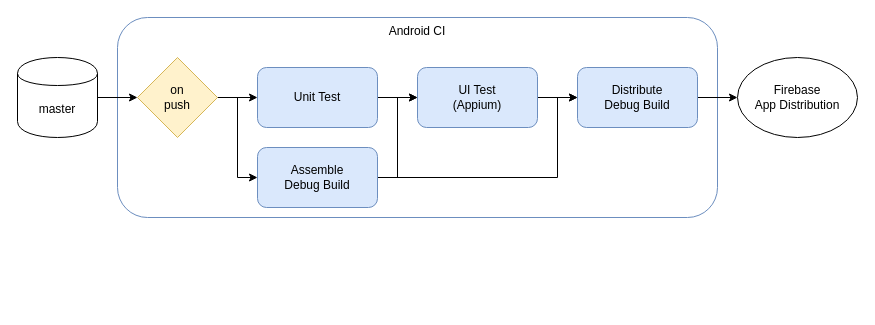
Earlier version of the draw.io diagram docs/pipeline.drawio (umatoma/multiwebmediaviewer). Source tidied: cells renumbered, new cells numbered last; positions are measured from the earlier drawing's top-left corner, leaving out a move shared by most shapes. Both pictures are drawn from the tidied source at 100%, with x=0, y=0 at pixel (17, 17).
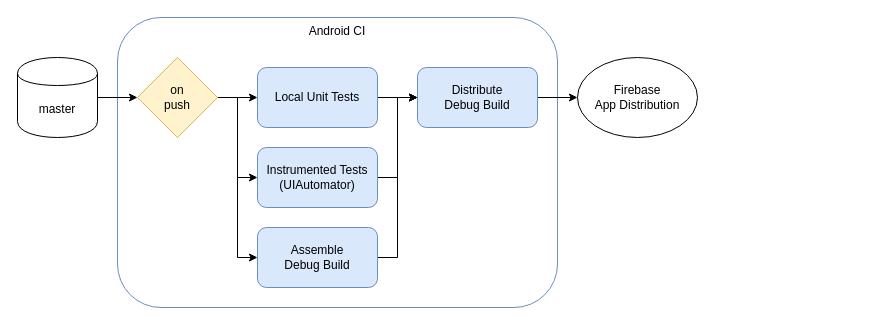
The same diagram, later.

Change to the diagram source:
```diff
@@
 <mxGraphModel>
   <root>
     <mxCell id="0" />
     <mxCell id="1" parent="0" />
     <mxCell id="2" value="Android CI" style="rounded=1;whiteSpace=wrap;html=1;strokeWidth=1;verticalAlign=top;align=center;fillColor=none;strokeColor=#6c8ebf;" parent="1" vertex="1">
-      <mxGeometry x="100" width="600" height="200" as="geometry" />
+      <mxGeometry x="100" width="440" height="290" as="geometry" />
     </mxCell>
-    <mxCell id="3" style="edgeStyle=orthogonalEdgeStyle;rounded=0;jettySize=auto;html=1;entryX=0;entryY=0.5;entryDx=0;entryDy=0;" parent="1" edge="1" source="4" target="17">
-      <mxGeometry relative="1" as="geometry" />
-    </mxCell>
+    <mxCell id="18" style="edgeStyle=orthogonalEdgeStyle;rounded=0;jettySize=auto;html=1;entryX=0;entryY=0.5;entryDx=0;entryDy=0;" parent="1" edge="1" source="4" target="11">
+      <mxGeometry relative="1" as="geometry" />
+    </mxCell>
-    <mxCell id="4" value="Unit Test" style="rounded=1;whiteSpace=wrap;html=1;strokeWidth=1;fillColor=#dae8fc;strokeColor=#6c8ebf;" parent="1" vertex="1">
+    <mxCell id="4" value="Local Unit Tests" style="rounded=1;whiteSpace=wrap;html=1;strokeWidth=1;fillColor=#dae8fc;strokeColor=#6c8ebf;" parent="1" vertex="1">
       <mxGeometry x="240" y="50" width="120" height="60" as="geometry" />
     </mxCell>
     <mxCell id="5" style="edgeStyle=orthogonalEdgeStyle;rounded=0;jettySize=auto;html=1;entryX=0;entryY=0.5;entryDx=0;entryDy=0;strokeWidth=1;" parent="1" edge="1" source="6" target="14">
       <mxGeometry relative="1" as="geometry" />
     </mxCell>
     <mxCell id="6" value="master" style="shape=cylinder;whiteSpace=wrap;html=1;boundedLbl=1;backgroundOutline=1;strokeWidth=1;" parent="1" vertex="1">
       <mxGeometry y="40" width="80" height="80" as="geometry" />
     </mxCell>
-    <mxCell id="7" style="edgeStyle=orthogonalEdgeStyle;rounded=0;jettySize=auto;html=1;entryX=0;entryY=0.5;entryDx=0;entryDy=0;" parent="1" edge="1" source="9" target="17">
-      <mxGeometry relative="1" as="geometry" />
-    </mxCell>
     <mxCell id="8" style="edgeStyle=orthogonalEdgeStyle;rounded=0;jettySize=auto;html=1;entryX=0;entryY=0.5;entryDx=0;entryDy=0;" parent="1" edge="1" source="9" target="11">
-      <mxGeometry relative="1" as="geometry">
-        <Array as="points">
-          <mxPoint x="540" y="160" />
-          <mxPoint x="540" y="80" />
-        </Array>
-      </mxGeometry>
+      <mxGeometry relative="1" as="geometry" />
     </mxCell>
     <mxCell id="9" value="Assemble&lt;br&gt;Debug Build" style="rounded=1;whiteSpace=wrap;html=1;strokeWidth=1;fillColor=#dae8fc;strokeColor=#6c8ebf;" parent="1" vertex="1">
-      <mxGeometry x="240" y="130" width="120" height="60" as="geometry" />
+      <mxGeometry x="240" y="210" width="120" height="60" as="geometry" />
     </mxCell>
     <mxCell id="10" style="edgeStyle=orthogonalEdgeStyle;rounded=0;jettySize=auto;html=1;entryX=0;entryY=0.5;entryDx=0;entryDy=0;strokeWidth=1;" parent="1" edge="1" source="11" target="15">
       <mxGeometry relative="1" as="geometry" />
     </mxCell>
     <mxCell id="11" value="Distribute&lt;br&gt;Debug Build" style="rounded=1;whiteSpace=wrap;html=1;strokeWidth=1;fillColor=#dae8fc;strokeColor=#6c8ebf;" parent="1" vertex="1">
-      <mxGeometry x="560" y="50" width="120" height="60" as="geometry" />
+      <mxGeometry x="400" y="50" width="120" height="60" as="geometry" />
     </mxCell>
     <mxCell id="12" style="edgeStyle=orthogonalEdgeStyle;rounded=0;jettySize=auto;html=1;entryX=0;entryY=0.5;entryDx=0;entryDy=0;strokeWidth=1;" parent="1" edge="1" source="14" target="4">
       <mxGeometry relative="1" as="geometry" />
     </mxCell>
     <mxCell id="13" style="edgeStyle=orthogonalEdgeStyle;rounded=0;jettySize=auto;html=1;entryX=0;entryY=0.5;entryDx=0;entryDy=0;" parent="1" edge="1" source="14" target="9">
       <mxGeometry relative="1" as="geometry" />
     </mxCell>
+    <mxCell id="19" style="edgeStyle=orthogonalEdgeStyle;rounded=0;jettySize=auto;html=1;entryX=0;entryY=0.5;entryDx=0;entryDy=0;" parent="1" edge="1" source="14" target="17">
+      <mxGeometry relative="1" as="geometry" />
+    </mxCell>
     <mxCell id="14" value="on&lt;br&gt;push" style="rhombus;whiteSpace=wrap;html=1;strokeWidth=1;fillColor=#fff2cc;strokeColor=#d6b656;" parent="1" vertex="1">
       <mxGeometry x="120" y="40" width="80" height="80" as="geometry" />
     </mxCell>
     <mxCell id="15" value="Firebase&lt;br&gt;App Distribution" style="ellipse;whiteSpace=wrap;html=1;strokeWidth=1;" parent="1" vertex="1">
-      <mxGeometry x="720" y="40" width="120" height="80" as="geometry" />
+      <mxGeometry x="560" y="40" width="120" height="80" as="geometry" />
     </mxCell>
     <mxCell id="16" style="edgeStyle=orthogonalEdgeStyle;rounded=0;jettySize=auto;html=1;entryX=0;entryY=0.5;entryDx=0;entryDy=0;" parent="1" edge="1" source="17" target="11">
       <mxGeometry relative="1" as="geometry" />
     </mxCell>
-    <mxCell id="17" value="UI Test&lt;br&gt;(Appium)" style="rounded=1;whiteSpace=wrap;html=1;strokeWidth=1;fillColor=#dae8fc;strokeColor=#6c8ebf;" parent="1" vertex="1">
-      <mxGeometry x="400" y="50" width="120" height="60" as="geometry" />
+    <mxCell id="17" value="Instrumented Tests&lt;br&gt;(UIAutomator)" style="rounded=1;whiteSpace=wrap;html=1;strokeWidth=1;fillColor=#dae8fc;strokeColor=#6c8ebf;" parent="1" vertex="1">
+      <mxGeometry x="240" y="130" width="120" height="60" as="geometry" />
     </mxCell>
   </root>
 </mxGraphModel>
```
